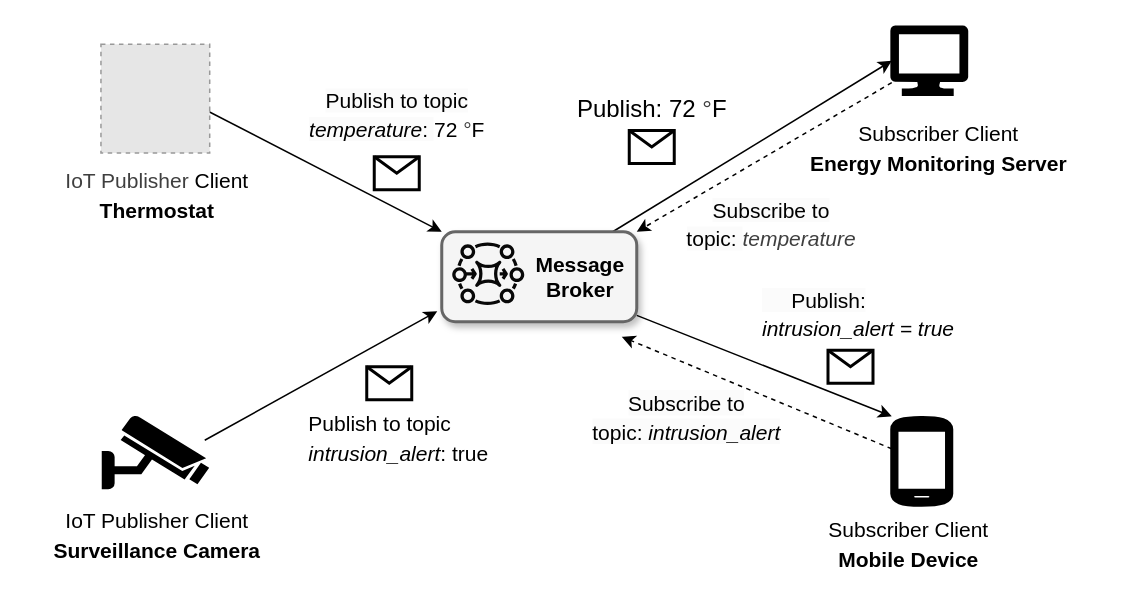
Above: mq-bench/mq-architecture-new.drawio in tapojit047/draw.io-diagrams (draw.io), before the change. Source tidied: cells renumbered, new cells numbered last; positions are measured from the earlier drawing's top-left corner, leaving out a move shared by most shapes. Both pictures are drawn from the tidied source at 150%, with x=0, y=0 at pixel (39, 27). Pictures stored in the file or linked from it are replaced by grey dashed boxes.
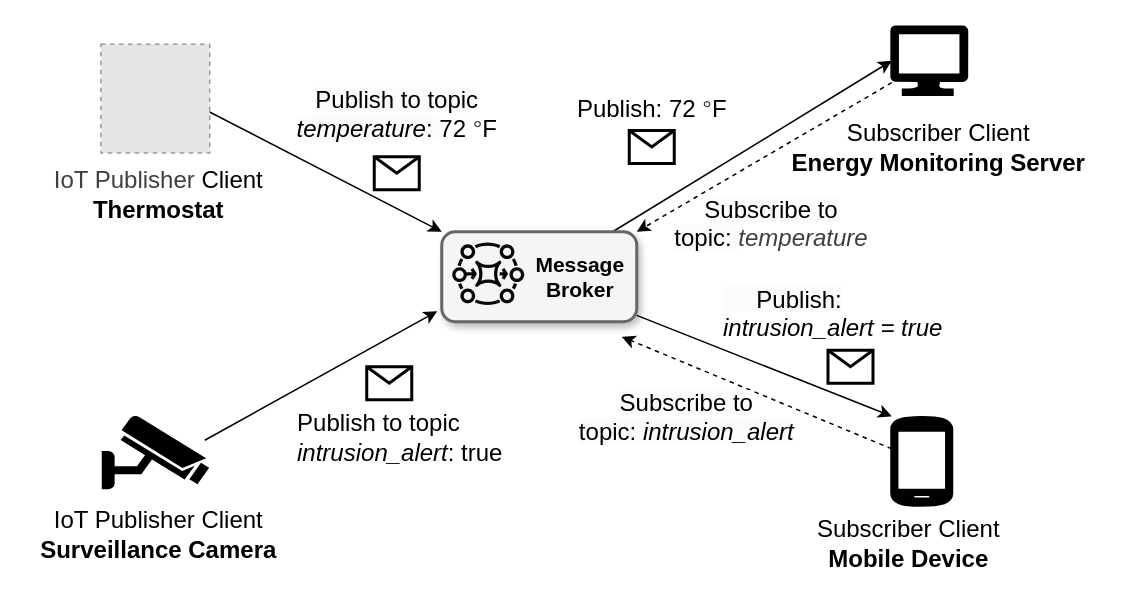
After the change.

The change refers to these unchanged cells:
```xml
<mxCell id="4" style="sketch=0;shadow=0;dashed=0;html=1;labelPosition=center;verticalLabelPosition=bottom;verticalAlign=top;outlineConnect=0;align=center;shape=mxgraph.office.devices.cell_phone_android_proportional;strokeWidth=2;fontSize=16;fillColor=#000000;" parent="1" vertex="1">
  <mxGeometry x="568" y="259" width="40" height="60" as="geometry" />
</mxCell>
<mxCell id="13" style="shape=message;html=1;html=1;outlineConnect=0;labelPosition=center;verticalLabelPosition=bottom;align=center;verticalAlign=top;strokeWidth=2;fontSize=16;" parent="1" vertex="1">
  <mxGeometry x="218" y="226" width="30" height="22" as="geometry" />
</mxCell>
```

What changed in the source:
```diff
@@
+    <mxCell id="30" style="edgeStyle=none;html=1;" parent="1" edge="1" source="4" target="24">
+      <mxGeometry relative="1" as="geometry" />
+    </mxCell>
@@
+    <mxCell id="31" style="edgeStyle=none;html=1;" parent="1" edge="1" source="13" target="14">
+      <mxGeometry relative="1" as="geometry" />
+    </mxCell>
@@
-    <mxCell id="14" value="&lt;div style=&quot;text-align: start;&quot;&gt;&lt;span style=&quot;background-color: transparent;&quot;&gt;&lt;font style=&quot;font-size: 14px;&quot;&gt;Publish to topic &lt;br&gt;&lt;i style=&quot;&quot;&gt;intrusion_alert&lt;/i&gt;: true&lt;/font&gt;&lt;/span&gt;&lt;/div&gt;" style="text;html=1;align=center;verticalAlign=middle;points=[];strokeColor=none;fillColor=none;strokeWidth=2;fontSize=16;" parent="1" vertex="1">
-      <mxGeometry x="170" y="248" width="138" height="50" as="geometry" />
+    <mxCell id="14" value="&lt;div style=&quot;text-align: start;&quot;&gt;&lt;span style=&quot;background-color: transparent;&quot;&gt;&lt;font&gt;Publish to topic &lt;br&gt;&lt;i style=&quot;&quot;&gt;intrusion_alert&lt;/i&gt;: true&lt;/font&gt;&lt;/span&gt;&lt;/div&gt;" style="text;html=1;align=center;verticalAlign=middle;points=[];strokeColor=none;fillColor=none;strokeWidth=2;fontSize=16;" parent="1" vertex="1">
+      <mxGeometry x="162" y="248" width="155" height="50" as="geometry" />
     </mxCell>
@@
-    <mxCell id="16" value="&lt;font style=&quot;font-size: 14px;&quot;&gt;&lt;span style=&quot;color: rgb(0, 0, 0); font-family: Helvetica; font-variant-ligatures: normal; font-variant-caps: normal; letter-spacing: normal; orphans: 2; text-indent: 0px; text-transform: none; widows: 2; word-spacing: 0px; -webkit-text-stroke-width: 0px; white-space: nowrap; background-color: rgb(251, 251, 251); text-decoration-thickness: initial; text-decoration-style: initial; text-decoration-color: initial; float: none; display: inline !important;&quot;&gt;Publish to topic&lt;br&gt;&lt;i style=&quot;&quot;&gt;temperature&lt;/i&gt;&lt;/span&gt;&lt;span style=&quot;color: rgb(0, 0, 0); font-family: Helvetica; font-style: normal; font-variant-ligatures: normal; font-variant-caps: normal; letter-spacing: normal; orphans: 2; text-indent: 0px; text-transform: none; widows: 2; word-spacing: 0px; -webkit-text-stroke-width: 0px; white-space: nowrap; background-color: rgb(251, 251, 251); text-decoration-thickness: initial; text-decoration-style: initial; text-decoration-color: initial; float: none; display: inline !important;&quot;&gt;:&amp;nbsp;&lt;/span&gt;&lt;span style=&quot;color: rgb(0, 0, 0); text-wrap-mode: nowrap;&quot;&gt;72&amp;nbsp;&lt;/span&gt;&lt;span style=&quot;scrollbar-color: rgb(226, 226, 226) rgb(251, 251, 251); font-family: sans-serif; background-color: rgb(255, 255, 255); color: rgb(32, 33, 34);&quot;&gt;&lt;font style=&quot;color: rgb(63, 63, 63); scrollbar-color: rgb(226, 226, 226) rgb(251, 251, 251);&quot;&gt;°&lt;/font&gt;&lt;/span&gt;&lt;span style=&quot;color: rgb(0, 0, 0); text-wrap-mode: nowrap;&quot;&gt;F&lt;/span&gt;&lt;/font&gt;" style="text;whiteSpace=wrap;html=1;strokeWidth=2;fontSize=16;align=center;" parent="1" vertex="1">
+    <mxCell id="16" value="&lt;font&gt;&lt;span style=&quot;color: rgb(0, 0, 0); font-family: Helvetica; font-variant-ligatures: normal; font-variant-caps: normal; letter-spacing: normal; orphans: 2; text-indent: 0px; text-transform: none; widows: 2; word-spacing: 0px; -webkit-text-stroke-width: 0px; white-space: nowrap; background-color: rgb(251, 251, 251); text-decoration-thickness: initial; text-decoration-style: initial; text-decoration-color: initial; float: none; display: inline !important;&quot;&gt;Publish to topic&lt;br&gt;&lt;i style=&quot;&quot;&gt;temperature&lt;/i&gt;&lt;/span&gt;&lt;span style=&quot;color: rgb(0, 0, 0); font-family: Helvetica; font-style: normal; font-variant-ligatures: normal; font-variant-caps: normal; letter-spacing: normal; orphans: 2; text-indent: 0px; text-transform: none; widows: 2; word-spacing: 0px; -webkit-text-stroke-width: 0px; white-space: nowrap; background-color: rgb(251, 251, 251); text-decoration-thickness: initial; text-decoration-style: initial; text-decoration-color: initial; float: none; display: inline !important;&quot;&gt;:&amp;nbsp;&lt;/span&gt;&lt;span style=&quot;color: rgb(0, 0, 0); text-wrap-mode: nowrap;&quot;&gt;72&amp;nbsp;&lt;/span&gt;&lt;span style=&quot;scrollbar-color: rgb(226, 226, 226) rgb(251, 251, 251); font-family: sans-serif; background-color: rgb(255, 255, 255); color: rgb(32, 33, 34);&quot;&gt;&lt;font style=&quot;color: rgb(63, 63, 63); scrollbar-color: rgb(226, 226, 226) rgb(251, 251, 251);&quot;&gt;°&lt;/font&gt;&lt;/span&gt;&lt;span style=&quot;color: rgb(0, 0, 0); text-wrap-mode: nowrap;&quot;&gt;F&lt;/span&gt;&lt;/font&gt;" style="text;whiteSpace=wrap;html=1;strokeWidth=2;fontSize=16;align=center;" parent="1" vertex="1">
       <mxGeometry x="175.5" y="32" width="125" height="21" as="geometry" />
     </mxCell>
-    <mxCell id="17" value="&lt;span style=&quot;color: rgb(0, 0, 0); font-family: Helvetica; font-variant-ligatures: normal; font-variant-caps: normal; letter-spacing: normal; orphans: 2; text-indent: 0px; text-transform: none; widows: 2; word-spacing: 0px; -webkit-text-stroke-width: 0px; white-space: nowrap; background-color: rgb(251, 251, 251); text-decoration-thickness: initial; text-decoration-style: initial; text-decoration-color: initial; float: none; display: inline !important;&quot;&gt;&lt;font style=&quot;font-size: 14px;&quot;&gt;Subscribe to &lt;br&gt;topic: &lt;i style=&quot;&quot;&gt;intrusion_alert&lt;/i&gt;&lt;/font&gt;&lt;/span&gt;" style="text;whiteSpace=wrap;html=1;strokeWidth=2;fontSize=16;align=center;" parent="1" vertex="1">
+    <mxCell id="17" value="&lt;span style=&quot;color: rgb(0, 0, 0); font-family: Helvetica; font-variant-ligatures: normal; font-variant-caps: normal; letter-spacing: normal; orphans: 2; text-indent: 0px; text-transform: none; widows: 2; word-spacing: 0px; -webkit-text-stroke-width: 0px; white-space: nowrap; background-color: rgb(251, 251, 251); text-decoration-thickness: initial; text-decoration-style: initial; text-decoration-color: initial; float: none; display: inline !important;&quot;&gt;&lt;font&gt;Subscribe to &lt;br&gt;topic: &lt;i style=&quot;&quot;&gt;intrusion_alert&lt;/i&gt;&lt;/font&gt;&lt;/span&gt;" style="text;whiteSpace=wrap;html=1;strokeWidth=2;fontSize=16;align=center;" parent="1" vertex="1">
       <mxGeometry x="369" y="234" width="125" height="21" as="geometry" />
     </mxCell>
-    <mxCell id="18" value="&lt;font style=&quot;font-size: 14px;&quot;&gt;&lt;span style=&quot;color: rgb(0, 0, 0); font-family: Helvetica; font-style: normal; font-variant-ligatures: normal; font-variant-caps: normal; letter-spacing: normal; orphans: 2; text-align: center; text-indent: 0px; text-transform: none; widows: 2; word-spacing: 0px; -webkit-text-stroke-width: 0px; white-space: nowrap; background-color: rgb(251, 251, 251); text-decoration-thickness: initial; text-decoration-style: initial; text-decoration-color: initial; float: none; display: inline !important;&quot;&gt;&amp;nbsp; &amp;nbsp; &amp;nbsp;Publish:&lt;br&gt;&lt;/span&gt;&lt;i style=&quot;&quot;&gt;intrusion_alert = true&lt;/i&gt;&lt;/font&gt;" style="text;whiteSpace=wrap;html=1;strokeWidth=2;fontSize=16;" parent="1" vertex="1">
-      <mxGeometry x="480" y="165" width="142" height="41" as="geometry" />
+    <mxCell id="18" value="&lt;font&gt;&lt;span style=&quot;color: rgb(0, 0, 0); font-family: Helvetica; font-style: normal; font-variant-ligatures: normal; font-variant-caps: normal; letter-spacing: normal; orphans: 2; text-align: center; text-indent: 0px; text-transform: none; widows: 2; word-spacing: 0px; -webkit-text-stroke-width: 0px; white-space: nowrap; background-color: rgb(251, 251, 251); text-decoration-thickness: initial; text-decoration-style: initial; text-decoration-color: initial; float: none; display: inline !important;&quot;&gt;&amp;nbsp; &amp;nbsp; &amp;nbsp;Publish:&lt;br&gt;&lt;/span&gt;&lt;i style=&quot;&quot;&gt;intrusion_alert = true&lt;/i&gt;&lt;/font&gt;" style="text;whiteSpace=wrap;html=1;strokeWidth=2;fontSize=16;" parent="1" vertex="1">
+      <mxGeometry x="454" y="165" width="158" height="41" as="geometry" />
     </mxCell>
-    <mxCell id="19" value="&lt;font style=&quot;font-size: 14px;&quot;&gt;&lt;span style=&quot;color: rgb(0, 0, 0); font-family: Helvetica; font-style: normal; font-variant-ligatures: normal; font-variant-caps: normal; letter-spacing: normal; orphans: 2; text-indent: 0px; text-transform: none; widows: 2; word-spacing: 0px; -webkit-text-stroke-width: 0px; white-space: nowrap; background-color: rgb(251, 251, 251); text-decoration-thickness: initial; text-decoration-style: initial; text-decoration-color: initial; float: none; display: inline !important;&quot;&gt;Subscribe to &lt;br&gt;topic:&amp;nbsp;&lt;/span&gt;&lt;span style=&quot;color: rgb(63, 63, 63); scrollbar-color: rgb(226, 226, 226) rgb(251, 251, 251); text-wrap-mode: nowrap;&quot;&gt;&lt;span style=&quot;color: rgb(63, 63, 63); scrollbar-color: rgb(226, 226, 226) rgb(251, 251, 251); background-color: transparent;&quot;&gt;&lt;i style=&quot;color: rgb(63, 63, 63); scrollbar-color: rgb(226, 226, 226) rgb(251, 251, 251);&quot;&gt;temperature&lt;/i&gt;&lt;/span&gt;&lt;/span&gt;&lt;/font&gt;" style="text;whiteSpace=wrap;html=1;strokeWidth=2;fontSize=16;align=center;" parent="1" vertex="1">
+    <mxCell id="19" value="&lt;font&gt;&lt;span style=&quot;color: rgb(0, 0, 0); font-family: Helvetica; font-style: normal; font-variant-ligatures: normal; font-variant-caps: normal; letter-spacing: normal; orphans: 2; text-indent: 0px; text-transform: none; widows: 2; word-spacing: 0px; -webkit-text-stroke-width: 0px; white-space: nowrap; background-color: rgb(251, 251, 251); text-decoration-thickness: initial; text-decoration-style: initial; text-decoration-color: initial; float: none; display: inline !important;&quot;&gt;Subscribe to &lt;br&gt;topic:&amp;nbsp;&lt;/span&gt;&lt;span style=&quot;color: rgb(63, 63, 63); scrollbar-color: rgb(226, 226, 226) rgb(251, 251, 251); text-wrap-mode: nowrap;&quot;&gt;&lt;span style=&quot;color: rgb(63, 63, 63); scrollbar-color: rgb(226, 226, 226) rgb(251, 251, 251); background-color: transparent;&quot;&gt;&lt;i style=&quot;color: rgb(63, 63, 63); scrollbar-color: rgb(226, 226, 226) rgb(251, 251, 251);&quot;&gt;temperature&lt;/i&gt;&lt;/span&gt;&lt;/span&gt;&lt;/font&gt;" style="text;whiteSpace=wrap;html=1;strokeWidth=2;fontSize=16;align=center;" parent="1" vertex="1">
       <mxGeometry x="413" y="104.5" width="150" height="38" as="geometry" />
     </mxCell>
@@
-    <mxCell id="22" value="&lt;font style=&quot;font-size: 14px;&quot;&gt;IoT Publisher Client&lt;br&gt;&lt;b style=&quot;&quot;&gt;Surveillance Camera&lt;/b&gt;&lt;/font&gt;" style="text;html=1;align=center;verticalAlign=middle;strokeColor=none;fillColor=none;fontSize=16;" parent="1" vertex="1">
-      <mxGeometry y="313" width="156" height="50" as="geometry" />
+    <mxCell id="22" value="&lt;font&gt;IoT Publisher Client&lt;br&gt;&lt;b style=&quot;&quot;&gt;Surveillance Camera&lt;/b&gt;&lt;/font&gt;" style="text;html=1;align=center;verticalAlign=middle;strokeColor=none;fillColor=none;fontSize=16;" parent="1" vertex="1">
+      <mxGeometry x="-9" y="313" width="175" height="50" as="geometry" />
     </mxCell>
-    <mxCell id="23" value="&lt;font style=&quot;font-size: 14px;&quot;&gt;&lt;span style=&quot;color: rgb(63, 63, 63); scrollbar-color: rgb(226, 226, 226) rgb(251, 251, 251);&quot;&gt;IoT Publisher&amp;nbsp;&lt;/span&gt;Client&lt;b style=&quot;&quot;&gt;&lt;br&gt;Thermostat&lt;/b&gt;&lt;/font&gt;" style="text;html=1;align=center;verticalAlign=middle;strokeColor=none;fillColor=none;fontSize=16;" parent="1" vertex="1">
-      <mxGeometry x="8" y="86" width="140" height="50" as="geometry" />
+    <mxCell id="23" value="&lt;font&gt;&lt;span style=&quot;color: rgb(63, 63, 63); scrollbar-color: rgb(226, 226, 226) rgb(251, 251, 251);&quot;&gt;IoT Publisher&amp;nbsp;&lt;/span&gt;Client&lt;b style=&quot;&quot;&gt;&lt;br&gt;Thermostat&lt;/b&gt;&lt;/font&gt;" style="text;html=1;align=center;verticalAlign=middle;strokeColor=none;fillColor=none;fontSize=16;" parent="1" vertex="1">
+      <mxGeometry y="86" width="157" height="50" as="geometry" />
     </mxCell>
-    <mxCell id="24" value="&lt;font style=&quot;font-size: 14px;&quot;&gt;Subscriber Client&lt;br&gt;&lt;b&gt;Mobile Device&lt;/b&gt;&lt;/font&gt;" style="text;html=1;align=center;verticalAlign=middle;points=[];strokeColor=none;fillColor=none;fontSize=16;" parent="1" vertex="1">
-      <mxGeometry x="516" y="319" width="125" height="50" as="geometry" />
+    <mxCell id="24" value="&lt;font&gt;Subscriber Client&lt;br&gt;&lt;b style=&quot;&quot;&gt;Mobile Device&lt;/b&gt;&lt;/font&gt;" style="text;html=1;align=center;verticalAlign=middle;points=[];strokeColor=none;fillColor=none;fontSize=16;" parent="1" vertex="1">
+      <mxGeometry x="509" y="319" width="140" height="50" as="geometry" />
     </mxCell>
-    <mxCell id="25" value="&lt;font style=&quot;font-size: 14px;&quot;&gt;Subscriber Client&lt;br&gt;&lt;b&gt;Energy Monitoring Server&lt;/b&gt;&lt;/font&gt;" style="text;html=1;align=center;verticalAlign=middle;strokeColor=none;fillColor=none;fontSize=16;" parent="1" vertex="1">
-      <mxGeometry x="504" y="54.5" width="189" height="50" as="geometry" />
+    <mxCell id="25" value="&lt;font&gt;Subscriber Client&lt;br&gt;&lt;b style=&quot;&quot;&gt;Energy Monitoring Server&lt;/b&gt;&lt;/font&gt;" style="text;html=1;align=center;verticalAlign=middle;strokeColor=none;fillColor=none;fontSize=16;" parent="1" vertex="1">
+      <mxGeometry x="492" y="54.5" width="214" height="50" as="geometry" />
     </mxCell>
```
